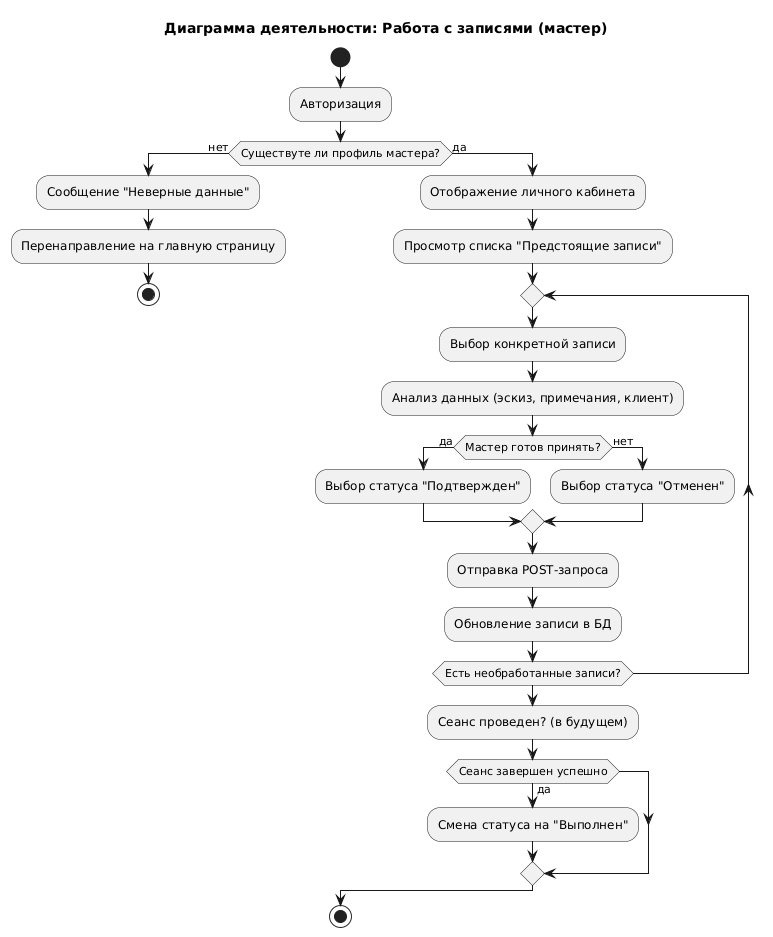
Earlier version of the PlantUML export diagrams/activity/master/activity_master_1.png (kr1ms0nh3ad/psychochainsaw_tattoo).
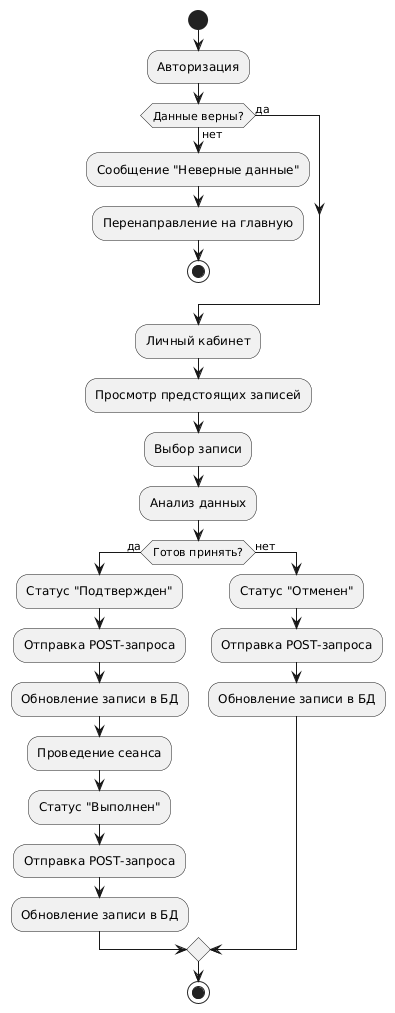
The same diagram one commit later.

Diff of the diagram source:
```diff
@@ -1,34 +1,33 @@
 @startuml
-title Диаграмма деятельности: Работа с записями (мастер)
+start
 
-start
 :Авторизация;
-if (Существуте ли профиль мастера?) then (нет)
-    :Сообщение "Неверные данные";
-    :Перенаправление на главную страницу;
-    stop
-else (да)
-    :Отображение личного кабинета;
-    :Просмотр списка "Предстоящие записи";
 
-    repeat
-        :Выбор конкретной записи;
-        :Анализ данных (эскиз, примечания, клиент);
+if (Данные верны?) then (да)
+else (нет)
+  :Сообщение "Неверные данные";
+  :Перенаправление на главную;
+  stop
+endif
 
-        if (Мастер готов принять?) then (да)
-            :Выбор статуса "Подтвержден";
-        else (нет)
-            :Выбор статуса "Отменен";
-        endif
+:Личный кабинет;
+:Просмотр предстоящих записей;
+:Выбор записи;
+:Анализ данных;
 
-        :Отправка POST-запроса;
-        :Обновление записи в БД;
-    repeat while (Есть необработанные записи?)
+if (Готов принять?) then (да)
+  :Статус "Подтвержден";
+  :Отправка POST-запроса;
+  :Обновление записи в БД;
+  :Проведение сеанса;
+  :Статус "Выполнен";
+  :Отправка POST-запроса;
+  :Обновление записи в БД;
+else (нет)
+  :Статус "Отменен";
+  :Отправка POST-запроса;
+  :Обновление записи в БД;
+endif
 
-    :Сеанс проведен? (в будущем);
-    if (Сеанс завершен успешно) then (да)
-        :Смена статуса на "Выполнен";
-    endif
-endif
 stop
 @enduml
```
